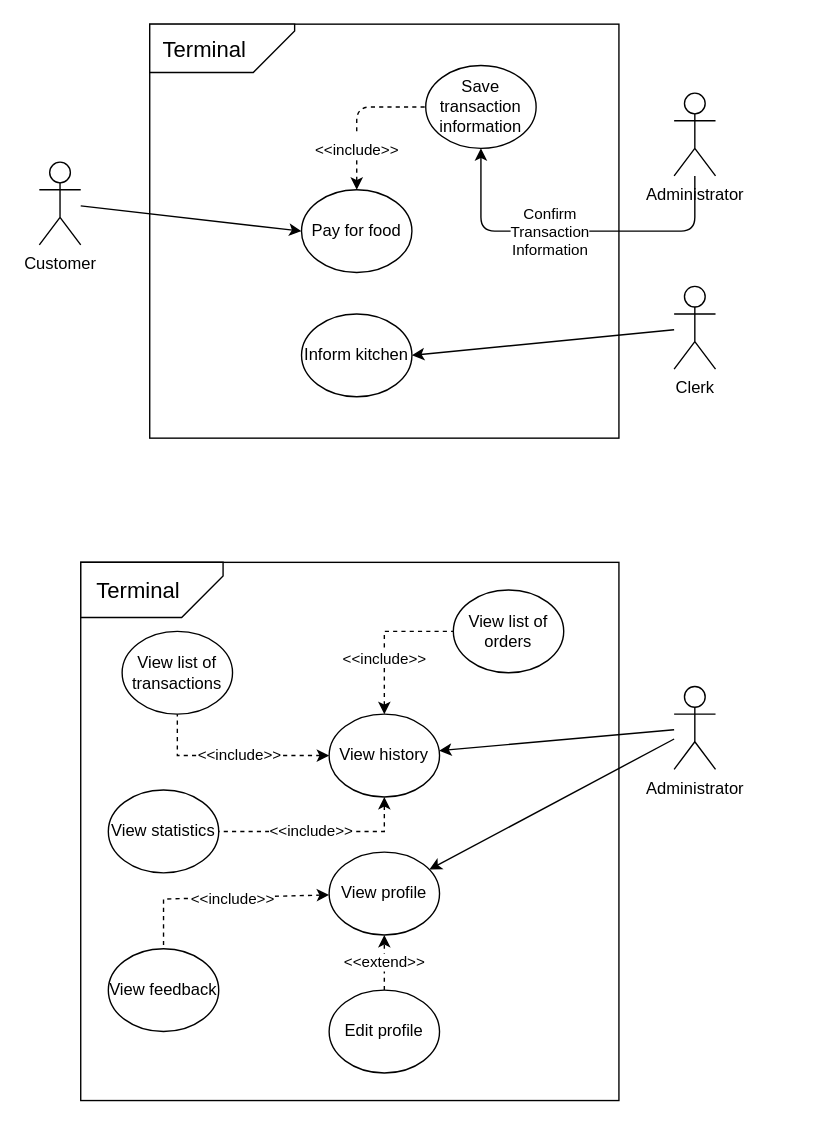
xdtn7/os_systemcall keeps this draw.io diagram as Untitled Diagram.drawio. Above is the earlier version. Source tidied: cells renumbered, new cells numbered last; positions are measured from the earlier drawing's top-left corner, leaving out a move shared by most shapes. Both pictures are drawn from the tidied source at 138%, with x=0, y=0 at pixel (39, -25).
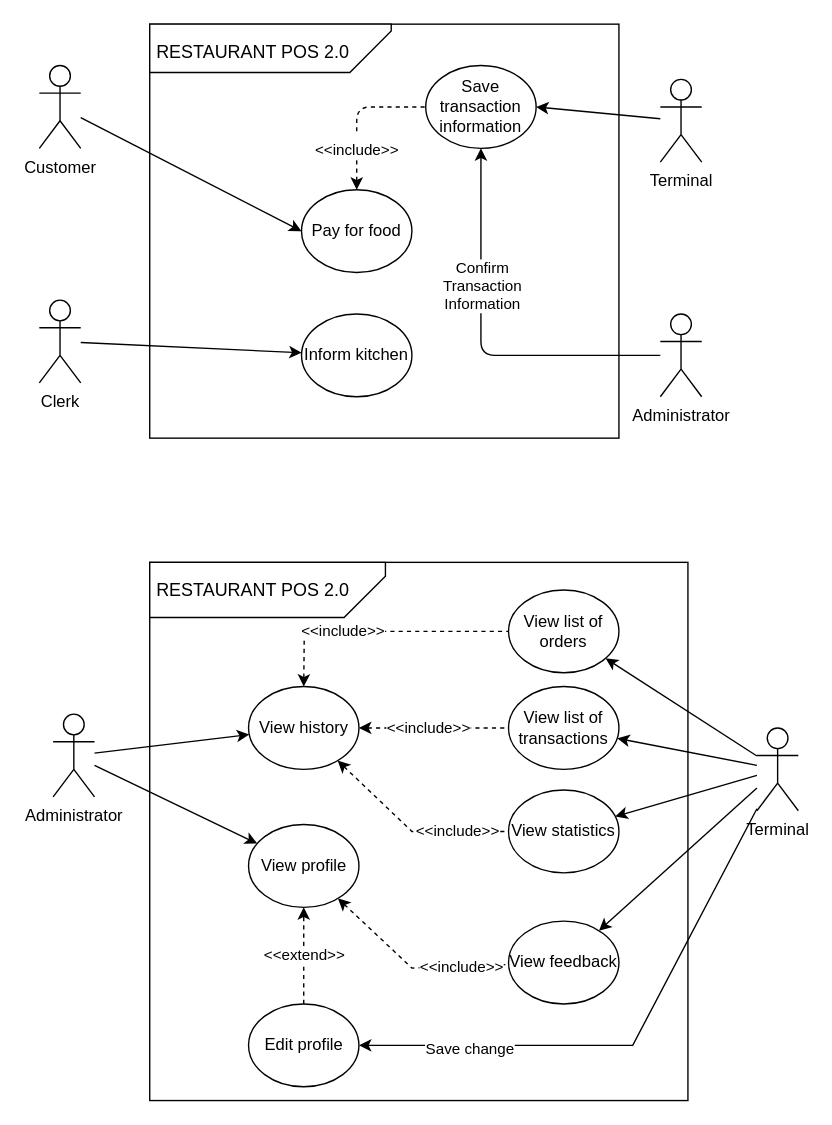
The same diagram, later.

The change refers to these unchanged cells:
```xml
<mxCell id="11" value="Save transaction information" style="ellipse;whiteSpace=wrap;html=1;" parent="1" vertex="1">
  <mxGeometry x="280" y="65" width="80" height="60" as="geometry" />
</mxCell>
<mxCell id="13" value="Inform kitchen" style="ellipse;whiteSpace=wrap;html=1;" parent="1" vertex="1">
  <mxGeometry x="190" y="245" width="80" height="60" as="geometry" />
</mxCell>
```

What changed in the source:
```diff
@@
     <mxCell id="4" value="Customer" style="shape=umlActor;verticalLabelPosition=bottom;verticalAlign=top;html=1;outlineConnect=0;" parent="1" vertex="1">
-      <mxGeometry y="135" width="30" height="60" as="geometry" />
+      <mxGeometry y="65" width="30" height="60" as="geometry" />
     </mxCell>
@@
     <mxCell id="7" style="rounded=1;jettySize=auto;html=1;entryX=0.5;entryY=1;entryDx=0;entryDy=0;edgeStyle=elbowEdgeStyle;" parent="1" edge="1" source="10" target="11">
       <mxGeometry relative="1" as="geometry">
         <Array as="points">
-          <mxPoint x="400" y="185" />
+          <mxPoint x="320" y="205" />
         </Array>
       </mxGeometry>
     </mxCell>
     <mxCell id="8" value="Confirm&lt;br&gt;Transaction&lt;br&gt;Information" style="edgeLabel;html=1;align=center;verticalAlign=middle;" parent="7" vertex="1">
       <mxGeometry x="0.3" y="-1" relative="1" as="geometry">
-        <mxPoint x="20" y="1" as="offset" />
+        <mxPoint x="-1" y="1" as="offset" />
       </mxGeometry>
     </mxCell>
-    <mxCell id="9" style="edgeStyle=none;rounded=1;jettySize=auto;html=1;entryX=1;entryY=0.5;entryDx=0;entryDy=0;fontSize=16;" parent="1" edge="1" source="19" target="13">
+    <mxCell id="9" style="edgeStyle=none;rounded=1;jettySize=auto;html=1;fontSize=16;" parent="1" edge="1" source="19" target="13">
       <mxGeometry relative="1" as="geometry" />
     </mxCell>
     <mxCell id="10" value="Administrator" style="shape=umlActor;verticalLabelPosition=bottom;verticalAlign=top;html=1;outlineConnect=0;" parent="1" vertex="1">
-      <mxGeometry x="460" y="85" width="30" height="60" as="geometry" />
+      <mxGeometry x="450" y="245" width="30" height="60" as="geometry" />
     </mxCell>
@@
     <mxCell id="14" style="rounded=0;whiteSpace=wrap;html=1;" parent="1" vertex="1">
-      <mxGeometry x="30" y="425" width="390" height="390" as="geometry" />
+      <mxGeometry x="80" y="425" width="390" height="390" as="geometry" />
     </mxCell>
-    <mxCell id="15" style="edgeStyle=none;rounded=0;jettySize=auto;html=1;" parent="1" edge="1" source="17" target="27">
+    <mxCell id="15" style="edgeStyle=none;rounded=0;jettySize=auto;html=1;startArrow=none;" parent="1" edge="1" source="17" target="27">
       <mxGeometry relative="1" as="geometry" />
     </mxCell>
@@
     <mxCell id="17" value="Administrator" style="shape=umlActor;verticalLabelPosition=bottom;verticalAlign=top;html=1;outlineConnect=0;" parent="1" vertex="1">
-      <mxGeometry x="460" y="515" width="30" height="60" as="geometry" />
+      <mxGeometry x="10" y="535" width="30" height="60" as="geometry" />
     </mxCell>
     <mxCell id="18" style="edgeStyle=none;rounded=1;orthogonalLoop=1;jettySize=auto;html=1;exitX=0.5;exitY=1;exitDx=0;exitDy=0;fontSize=16;" parent="1" edge="1">
       <mxGeometry relative="1" as="geometry">
-        <mxPoint x="200" y="525" as="sourcePoint" />
-        <mxPoint x="200" y="525" as="targetPoint" />
+        <mxPoint x="250" y="525" as="sourcePoint" />
+        <mxPoint x="250" y="525" as="targetPoint" />
       </mxGeometry>
     </mxCell>
     <mxCell id="19" value="Clerk" style="shape=umlActor;verticalLabelPosition=bottom;verticalAlign=top;html=1;outlineConnect=0;" parent="1" vertex="1">
-      <mxGeometry x="460" y="225" width="30" height="60" as="geometry" />
+      <mxGeometry y="235" width="30" height="60" as="geometry" />
     </mxCell>
     <mxCell id="20" style="shape=card;whiteSpace=wrap;html=1;rotation=-90;flipH=0;flipV=1;" parent="1" vertex="1">
-      <mxGeometry x="115" width="35" height="105" as="geometry" />
+      <mxGeometry x="150" y="-35" width="35" height="175" as="geometry" />
     </mxCell>
-    <mxCell id="21" value="Terminal" style="text;html=1;strokeColor=none;fillColor=none;align=center;verticalAlign=middle;whiteSpace=wrap;rounded=0;fontSize=16;" parent="1" vertex="1">
-      <mxGeometry x="90" y="42.5" width="60" height="20" as="geometry" />
+    <mxCell id="21" value="&lt;font style=&quot;font-size: 13px;&quot;&gt;RESTAURANT POS 2.0&lt;/font&gt;" style="text;html=1;strokeColor=none;fillColor=none;align=center;verticalAlign=middle;whiteSpace=wrap;rounded=0;fontSize=13;" parent="1" vertex="1">
+      <mxGeometry x="30" y="45" width="250" height="20" as="geometry" />
     </mxCell>
     <mxCell id="22" value="View list of transactions" style="ellipse;whiteSpace=wrap;html=1;" parent="1" vertex="1">
-      <mxGeometry x="60" y="475" width="80" height="60" as="geometry" />
+      <mxGeometry x="340" y="515" width="80" height="60" as="geometry" />
     </mxCell>
     <mxCell id="23" value="View list of orders" style="ellipse;whiteSpace=wrap;html=1;" parent="1" vertex="1">
-      <mxGeometry x="300" y="445" width="80" height="60" as="geometry" />
+      <mxGeometry x="340" y="445" width="80" height="60" as="geometry" />
     </mxCell>
-    <mxCell id="24" value="View statistics" style="ellipse;whiteSpace=wrap;html=1;" parent="1" vertex="1">
-      <mxGeometry x="50" y="590" width="80" height="60" as="geometry" />
-    </mxCell>
-    <mxCell id="25" value="&amp;lt;&amp;lt;include&amp;gt;&amp;gt;" style="edgeStyle=none;rounded=0;jettySize=auto;html=1;exitX=0;exitY=0.5;exitDx=0;exitDy=0;dashed=1;endArrow=none;endFill=0;startArrow=classic;startFill=1;" parent="1" edge="1" source="27" target="22">
-      <mxGeometry x="-0.07" relative="1" as="geometry">
-        <Array as="points">
-          <mxPoint x="100" y="565" />
-        </Array>
-      </mxGeometry>
+    <mxCell id="25" value="&amp;lt;&amp;lt;include&amp;gt;&amp;gt;" style="edgeStyle=none;rounded=0;jettySize=auto;html=1;dashed=1;endArrow=none;endFill=0;startArrow=classic;startFill=1;" parent="1" edge="1" source="27" target="22">
+      <mxGeometry x="-0.07" relative="1" as="geometry" />
     </mxCell>
-    <mxCell id="26" value="&amp;lt;&amp;lt;include&amp;gt;&amp;gt;" style="edgeStyle=none;rounded=0;jettySize=auto;html=1;exitX=0.5;exitY=1;exitDx=0;exitDy=0;dashed=1;startArrow=classic;startFill=1;endArrow=none;endFill=0;" parent="1" edge="1" source="27" target="24">
-      <mxGeometry x="0.07" relative="1" as="geometry">
+    <mxCell id="26" value="&amp;lt;&amp;lt;include&amp;gt;&amp;gt;" style="edgeStyle=none;rounded=0;jettySize=auto;html=1;dashed=1;startArrow=classic;startFill=1;endArrow=none;endFill=0;" parent="1" edge="1" source="27" target="24">
+      <mxGeometry x="0.48" relative="1" as="geometry">
         <Array as="points">
-          <mxPoint x="250" y="620" />
+          <mxPoint x="270" y="620" />
         </Array>
       </mxGeometry>
     </mxCell>
     <mxCell id="27" value="View history" style="ellipse;whiteSpace=wrap;html=1;" parent="1" vertex="1">
-      <mxGeometry x="210" y="535" width="80" height="60" as="geometry" />
+      <mxGeometry x="151.6" y="515" width="80" height="60" as="geometry" />
     </mxCell>
-    <mxCell id="28" value="&amp;lt;&amp;lt;include&amp;gt;&amp;gt;" style="edgeStyle=none;rounded=0;jettySize=auto;html=1;exitX=0.5;exitY=0;exitDx=0;exitDy=0;dashed=1;startArrow=classic;startFill=1;endArrow=none;endFill=0;" parent="1" edge="1" source="27" target="23">
+    <mxCell id="28" value="&amp;lt;&amp;lt;include&amp;gt;&amp;gt;" style="edgeStyle=none;rounded=0;jettySize=auto;html=1;dashed=1;startArrow=classic;startFill=1;endArrow=none;endFill=0;" parent="1" edge="1" source="27" target="23">
       <mxGeometry x="-0.28" relative="1" as="geometry">
         <Array as="points">
-          <mxPoint x="250" y="475" />
+          <mxPoint x="192" y="475" />
         </Array>
       </mxGeometry>
     </mxCell>
     <mxCell id="29" value="View profile" style="ellipse;whiteSpace=wrap;html=1;" parent="1" vertex="1">
-      <mxGeometry x="210" y="635" width="80" height="60" as="geometry" />
+      <mxGeometry x="151.6" y="615" width="80" height="60" as="geometry" />
     </mxCell>
     <mxCell id="30" value="View feedback" style="ellipse;whiteSpace=wrap;html=1;" parent="1" vertex="1">
-      <mxGeometry x="50" y="705" width="80" height="60" as="geometry" />
+      <mxGeometry x="340" y="685" width="80" height="60" as="geometry" />
     </mxCell>
-    <mxCell id="31" value="&amp;lt;&amp;lt;include&amp;gt;&amp;gt;" style="edgeStyle=none;rounded=0;jettySize=auto;html=1;dashed=1;entryX=0.5;entryY=0;entryDx=0;entryDy=0;startArrow=classic;startFill=1;endArrow=none;endFill=0;" parent="1" edge="1" source="29" target="30">
-      <mxGeometry x="-0.1" y="1" relative="1" as="geometry">
+    <mxCell id="31" value="&amp;lt;&amp;lt;include&amp;gt;&amp;gt;" style="edgeStyle=none;rounded=0;jettySize=auto;html=1;dashed=1;startArrow=classic;startFill=1;endArrow=none;endFill=0;" parent="1" edge="1" source="29" target="30">
+      <mxGeometry x="0.53" relative="1" as="geometry">
         <Array as="points">
-          <mxPoint x="90" y="669" />
+          <mxPoint x="270" y="719" />
         </Array>
       </mxGeometry>
     </mxCell>
@@
     <mxCell id="33" value="Edit profile" style="ellipse;whiteSpace=wrap;html=1;" parent="1" vertex="1">
-      <mxGeometry x="210" y="735" width="80" height="60" as="geometry" />
+      <mxGeometry x="151.6" y="745" width="80" height="60" as="geometry" />
     </mxCell>
     <mxCell id="34" style="shape=card;whiteSpace=wrap;html=1;rotation=-90;flipH=0;flipV=1;" parent="1" vertex="1">
-      <mxGeometry x="61.6" y="393.4" width="40" height="103.1" as="geometry" />
+      <mxGeometry x="145.4" y="359.6" width="40" height="170.8" as="geometry" />
     </mxCell>
-    <mxCell id="35" value="Terminal" style="text;html=1;strokeColor=none;fillColor=none;align=center;verticalAlign=middle;whiteSpace=wrap;rounded=0;fontSize=16;" parent="1" vertex="1">
-      <mxGeometry x="41.6" y="435" width="60" height="20" as="geometry" />
-    </mxCell>
+    <mxCell id="36" style="rounded=0;jettySize=auto;html=1;entryX=1;entryY=0.5;entryDx=0;entryDy=0;" parent="1" edge="1" source="37" target="11">
+      <mxGeometry relative="1" as="geometry" />
+    </mxCell>
+    <mxCell id="37" value="Terminal" style="shape=umlActor;verticalLabelPosition=bottom;verticalAlign=top;html=1;outlineConnect=0;" parent="1" vertex="1">
+      <mxGeometry x="450" y="75" width="30" height="60" as="geometry" />
+    </mxCell>
+    <mxCell id="24" value="View statistics" style="ellipse;whiteSpace=wrap;html=1;" parent="1" vertex="1">
+      <mxGeometry x="340" y="590" width="80" height="60" as="geometry" />
+    </mxCell>
+    <mxCell id="38" style="edgeStyle=none;rounded=0;jettySize=auto;html=1;" parent="1" edge="1" source="44" target="23">
+      <mxGeometry relative="1" as="geometry" />
+    </mxCell>
+    <mxCell id="39" style="edgeStyle=none;rounded=0;jettySize=auto;html=1;" parent="1" edge="1" source="44" target="22">
+      <mxGeometry relative="1" as="geometry" />
+    </mxCell>
+    <mxCell id="40" style="edgeStyle=none;rounded=0;jettySize=auto;html=1;" parent="1" edge="1" source="44" target="24">
+      <mxGeometry relative="1" as="geometry" />
+    </mxCell>
+    <mxCell id="41" style="edgeStyle=none;rounded=0;jettySize=auto;html=1;" parent="1" edge="1" source="44" target="30">
+      <mxGeometry relative="1" as="geometry" />
+    </mxCell>
+    <mxCell id="42" style="edgeStyle=none;rounded=0;jettySize=auto;html=1;" parent="1" edge="1" source="44" target="33">
+      <mxGeometry relative="1" as="geometry">
+        <Array as="points">
+          <mxPoint x="430" y="775" />
+        </Array>
+      </mxGeometry>
+    </mxCell>
+    <mxCell id="43" value="Save change" style="edgeLabel;html=1;align=center;verticalAlign=middle;" parent="42" vertex="1">
+      <mxGeometry x="0.59" y="2" relative="1" as="geometry" />
+    </mxCell>
+    <mxCell id="44" value="Terminal" style="shape=umlActor;verticalLabelPosition=bottom;verticalAlign=top;html=1;outlineConnect=0;" parent="1" vertex="1">
+      <mxGeometry x="520" y="545" width="30" height="60" as="geometry" />
+    </mxCell>
+    <mxCell id="45" value="&lt;font style=&quot;font-size: 13px;&quot;&gt;RESTAURANT POS 2.0&lt;/font&gt;" style="text;html=1;strokeColor=none;fillColor=none;align=center;verticalAlign=middle;whiteSpace=wrap;rounded=0;fontSize=13;" parent="1" vertex="1">
+      <mxGeometry x="30" y="435" width="250" height="20" as="geometry" />
+    </mxCell>
```
